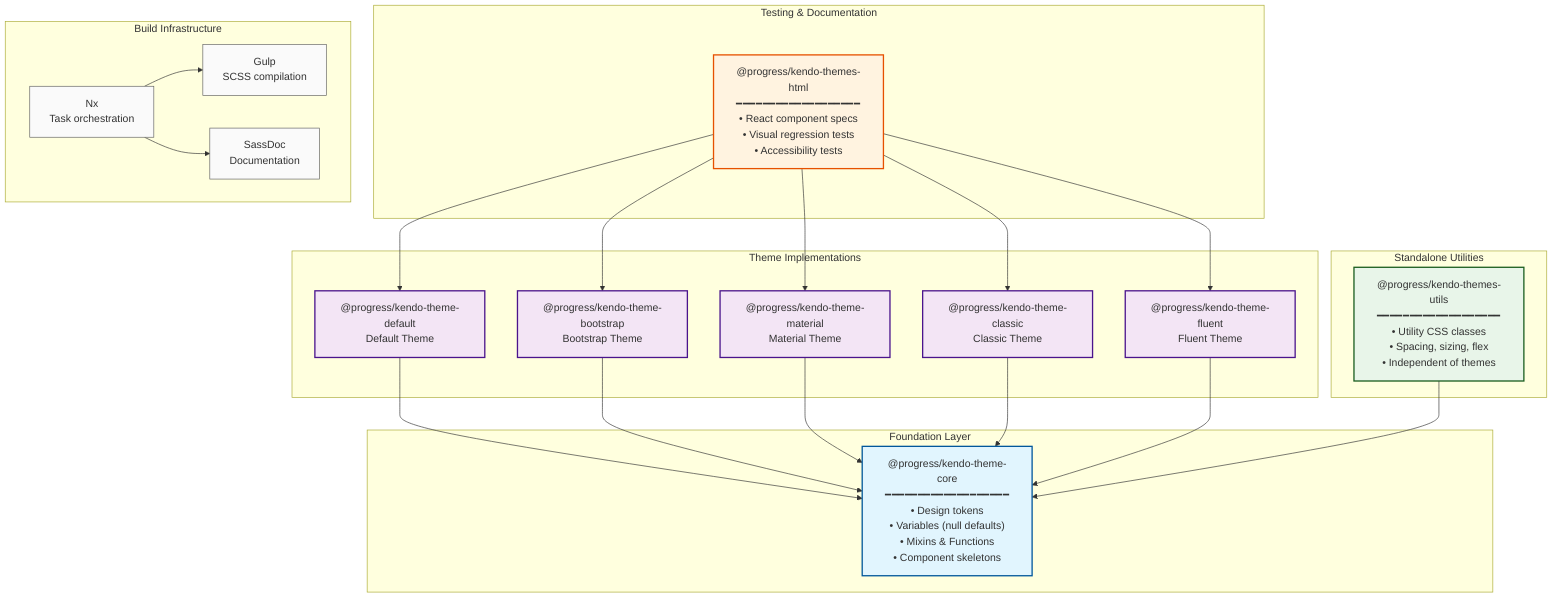
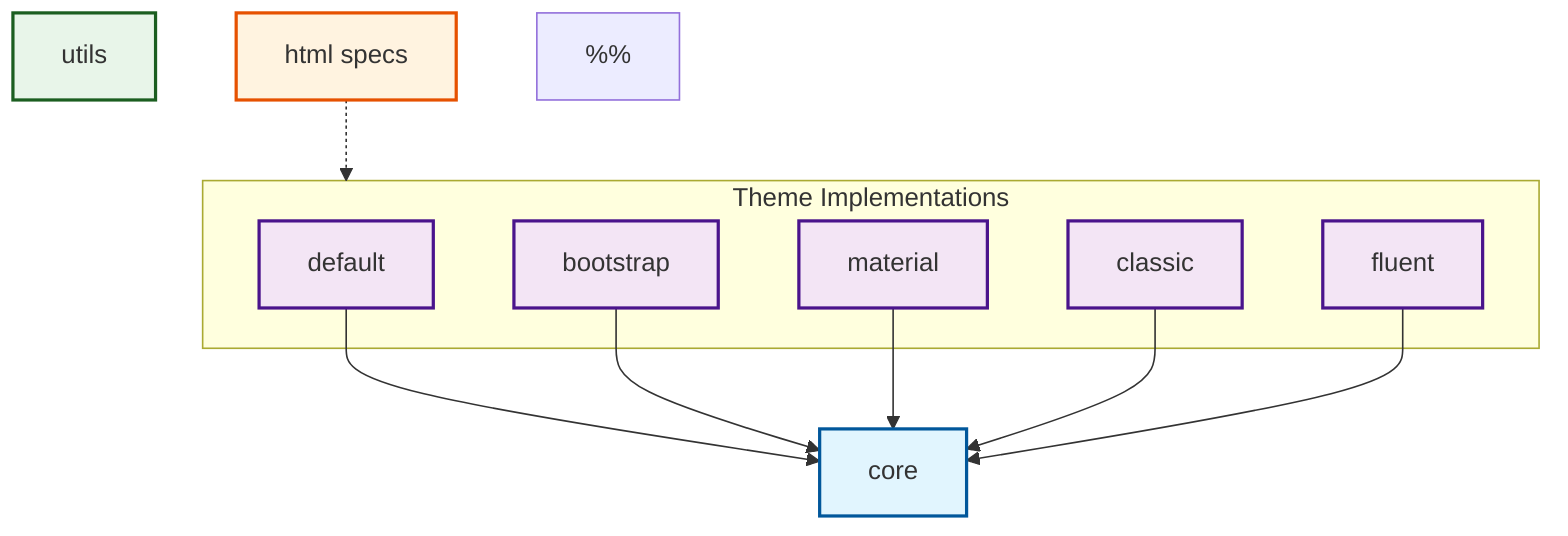
%% Kendo Themes Monorepo Architecture
- %% Generated for Copilot Crawl Track - Exercise 01

graph TD
-     subgraph Foundation["Foundation Layer"]
-         core["@progress/kendo-theme-core<br/>━━━━━━━━━━━━━━━━━━━<br/>• Design tokens<br/>• Variables (null defaults)<br/>• Mixins & Functions<br/>• Component skeletons"]
+     core[core]
+ 
+     subgraph themes[Theme Implementations]
+         default[default]
+         bootstrap[bootstrap]
+         material[material]
+         classic[classic]
+         fluent[fluent]
    end

-     subgraph Themes["Theme Implementations"]
-         default["@progress/kendo-theme-default<br/>Default Theme"]
-         bootstrap["@progress/kendo-theme-bootstrap<br/>Bootstrap Theme"]
-         material["@progress/kendo-theme-material<br/>Material Theme"]
-         classic["@progress/kendo-theme-classic<br/>Classic Theme"]
-         fluent["@progress/kendo-theme-fluent<br/>Fluent Theme"]
-     end
+     utils[utils]
+     html[html specs]

-     subgraph Utilities["Standalone Utilities"]
-         utils["@progress/kendo-themes-utils<br/>━━━━━━━━━━━━━━━━━━━<br/>• Utility CSS classes<br/>• Spacing, sizing, flex<br/>• Independent of themes"]
-     end
- 
-     subgraph Testing["Testing & Documentation"]
-         html["@progress/kendo-themes-html<br/>━━━━━━━━━━━━━━━━━━━<br/>• React component specs<br/>• Visual regression tests<br/>• Accessibility tests"]
-     end
- 
-     subgraph Build["Build Infrastructure"]
-         nx["Nx<br/>Task orchestration"]
-         gulp["Gulp<br/>SCSS compilation"]
-         sassdoc["SassDoc<br/>Documentation"]
-     end
- 
-     %% Core dependencies
    default --> core
    bootstrap --> core
    material --> core
    classic --> core
    fluent --> core
-     utils --> core

-     %% HTML testing dependencies
-     html --> default
-     html --> bootstrap
-     html --> material
-     html --> classic
-     html --> fluent
+     html -.-> themes

-     %% Build dependencies
-     nx --> gulp
-     nx --> sassdoc
- 
-     %% Styling
+ %%---------------------------------------------------------------
+ %% FILE PATH MAPPING
+ %%---------------------------------------------------------------
+ %% core        → packages/core/scss/**
+ %% default     → packages/default/scss/**
+ %% bootstrap   → packages/bootstrap/scss/**
+ %% material    → packages/material/scss/**
+ %% classic     → packages/classic/scss/**
+ %% fluent      → packages/fluent/scss/**
+ %% utils       → packages/utils/scss/**
+ %% html        → packages/html/src/**
+ %%
+ %% Build entry → gulpfile.js, nx.json
+ %% Dev server  → scripts/start-dev-server.js
+ %% Tests       → tests/*/, units/
+ %%---------------------------------------------------------------
    classDef foundation fill:#e1f5fe,stroke:#01579b,stroke-width:2px
    classDef theme fill:#f3e5f5,stroke:#4a148c,stroke-width:2px
    classDef utility fill:#e8f5e9,stroke:#1b5e20,stroke-width:2px
    classDef testing fill:#fff3e0,stroke:#e65100,stroke-width:2px
    classDef build fill:#fafafa,stroke:#616161,stroke-width:1px

    class core foundation
    class default,bootstrap,material,classic,fluent theme
    class utils utility
    class html testing
    class nx,gulp,sassdoc build
